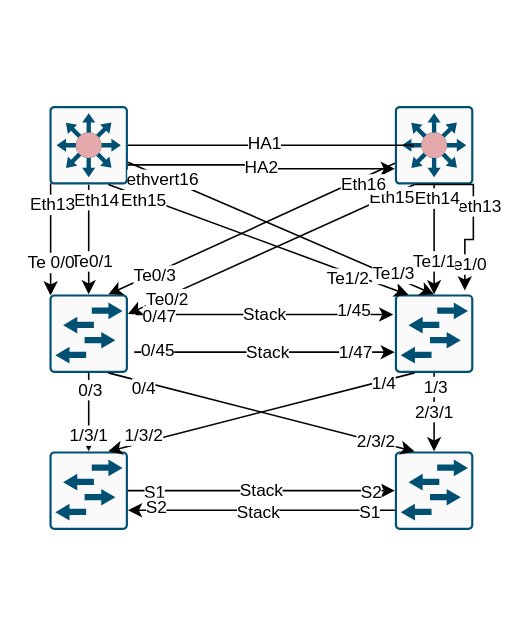
Before: page "Side-2" (2 of 2) of Unavngivet diagram.drawio in DenDanskeMine/draw.io, a draw.io diagram. Source tidied: cells renumbered, new cells numbered last; positions are measured from the earlier drawing's top-left corner, leaving out a move shared by most shapes. Both pictures are drawn from the tidied source at 157%, with x=0, y=0 at pixel (49, 105).
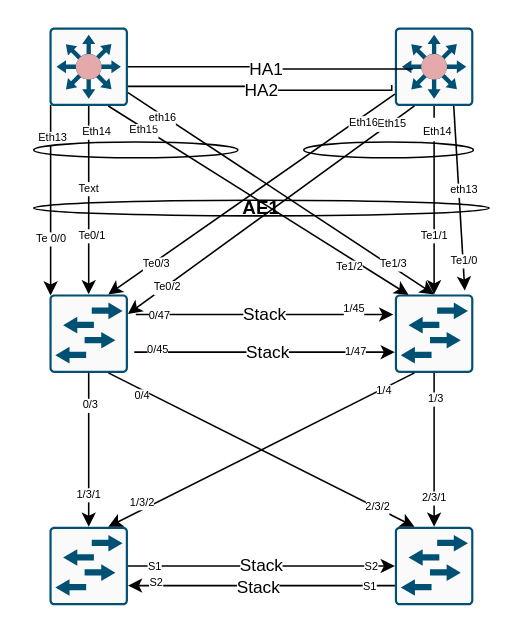
Above is the later version.

Unchanged cells that the change refers to:
```xml
<mxCell id="7" style="sketch=0;points=[[0.015,0.015,0],[0.985,0.015,0],[0.985,0.985,0],[0.015,0.985,0],[0.25,0,0],[0.5,0,0],[0.75,0,0],[1,0.25,0],[1,0.5,0],[1,0.75,0],[0.75,1,0],[0.5,1,0],[0.25,1,0],[0,0.75,0],[0,0.5,0],[0,0.25,0]];verticalLabelPosition=bottom;html=1;verticalAlign=top;align=center;shape=mxgraph.cisco19.rect;prIcon=l2_switch;fillColor=#FAFAFA;strokeColor=#005073;" parent="1" vertex="1">
  <mxGeometry y="120" width="50" height="50" as="geometry" />
</mxCell>
<mxCell id="8" style="sketch=0;points=[[0.015,0.015,0],[0.985,0.015,0],[0.985,0.985,0],[0.015,0.985,0],[0.25,0,0],[0.5,0,0],[0.75,0,0],[1,0.25,0],[1,0.5,0],[1,0.75,0],[0.75,1,0],[0.5,1,0],[0.25,1,0],[0,0.75,0],[0,0.5,0],[0,0.25,0]];verticalLabelPosition=bottom;html=1;verticalAlign=top;align=center;shape=mxgraph.cisco19.rect;prIcon=l2_switch;fillColor=#FAFAFA;strokeColor=#005073;" parent="1" vertex="1">
  <mxGeometry x="220" y="120" width="50" height="50" as="geometry" />
</mxCell>
<mxCell id="15" style="rounded=0;jettySize=auto;html=1;exitX=0.75;exitY=1;exitDx=0;exitDy=0;exitPerimeter=0;entryX=0.174;entryY=0.006;entryDx=0;entryDy=0;entryPerimeter=0;strokeColor=light-dark(#000000,#FF0000);" parent="1" edge="1" source="5" target="8">
  <mxGeometry relative="1" as="geometry" />
</mxCell>
<mxCell id="21" style="rounded=0;jettySize=auto;html=1;entryX=1;entryY=0.25;entryDx=0;entryDy=0;entryPerimeter=0;exitX=0.25;exitY=1;exitDx=0;exitDy=0;exitPerimeter=0;strokeColor=light-dark(#000000,#99FF33);" parent="1" edge="1" source="6" target="7">
  <mxGeometry relative="1" as="geometry" />
</mxCell>
<mxCell id="32" value="Stack" style="edgeStyle=orthogonalEdgeStyle;rounded=0;jettySize=auto;html=1;exitX=1;exitY=0.5;exitDx=0;exitDy=0;exitPerimeter=0;entryX=0;entryY=0.5;entryDx=0;entryDy=0;entryPerimeter=0;" parent="1" edge="1" source="9" target="10">
  <mxGeometry relative="1" as="geometry" />
</mxCell>
<mxCell id="35" style="edgeStyle=orthogonalEdgeStyle;rounded=0;jettySize=auto;html=1;exitX=0;exitY=0.75;exitDx=0;exitDy=0;exitPerimeter=0;entryX=1;entryY=0.75;entryDx=0;entryDy=0;entryPerimeter=0;" parent="1" edge="1" source="10" target="9">
  <mxGeometry relative="1" as="geometry" />
</mxCell>
<mxCell id="44" style="rounded=0;jettySize=auto;html=1;entryX=0.5;entryY=0;entryDx=0;entryDy=0;entryPerimeter=0;strokeColor=light-dark(#000000,#FF3333);" parent="1" edge="1" source="5" target="8">
  <mxGeometry relative="1" as="geometry" />
</mxCell>
<mxCell id="47" value="Stack" style="rounded=0;orthogonalLoop=1;jettySize=auto;html=1;entryX=0;entryY=0.5;entryDx=0;entryDy=0;entryPerimeter=0;strokeColor=light-dark(#000000,#A680B8);" parent="1" edge="1">
  <mxGeometry relative="1" as="geometry">
    <mxPoint x="55" y="132.8" as="sourcePoint" />
    <mxPoint x="219" y="132.8" as="targetPoint" />
  </mxGeometry>
</mxCell>
<mxCell id="50" style="rounded=0;orthogonalLoop=1;jettySize=auto;html=1;exitX=0.985;exitY=0.985;exitDx=0;exitDy=0;exitPerimeter=0;entryX=0.015;entryY=0.985;entryDx=0;entryDy=0;entryPerimeter=0;strokeColor=light-dark(#000000,#A680B8);" parent="1" edge="1">
  <mxGeometry relative="1" as="geometry">
    <mxPoint x="54" y="156.8" as="sourcePoint" />
    <mxPoint x="220" y="156.8" as="targetPoint" />
  </mxGeometry>
</mxCell>
```

The edit, as a diff of the source:
```diff
@@
-    <mxCell id="2" value="HA2" style="edgeStyle=orthogonalEdgeStyle;rounded=0;jettySize=auto;html=1;exitX=1;exitY=0.75;exitDx=0;exitDy=0;exitPerimeter=0;" parent="1" edge="1" source="5" target="6">
+    <mxCell id="2" value="HA2" style="rounded=0;jettySize=auto;html=1;exitX=1;exitY=0.75;exitDx=0;exitDy=0;exitPerimeter=0;edgeStyle=orthogonalEdgeStyle;entryX=-0.04;entryY=0.732;entryDx=0;entryDy=0;entryPerimeter=0;endArrow=none;startFill=0;" parent="1" edge="1" source="5" target="6">
       <mxGeometry relative="1" as="geometry">
         <Array as="points">
-          <mxPoint x="135" y="37" />
-          <mxPoint x="135" y="40" />
+          <mxPoint x="135" y="-12" />
+          <mxPoint x="135" y="-10" />
+          <mxPoint x="218" y="-10" />
         </Array>
       </mxGeometry>
     </mxCell>
-    <mxCell id="3" value="Eth14" style="edgeStyle=orthogonalEdgeStyle;rounded=0;jettySize=auto;html=1;strokeColor=light-dark(#000000,#FF0000);" parent="1" edge="1" source="5" target="7">
+    <mxCell id="3" value="Eth14" style="edgeStyle=orthogonalEdgeStyle;rounded=0;jettySize=auto;html=1;strokeColor=light-dark(#000000,#FF0000);fontSize=7;" parent="1" edge="1" source="5" target="7">
       <mxGeometry x="-0.71" y="5" relative="1" as="geometry" />
     </mxCell>
-    <mxCell id="4" value="Te0/1" style="edgeLabel;html=1;align=center;verticalAlign=middle;" parent="3" vertex="1">
+    <mxCell id="4" value="Te0/1" style="edgeLabel;html=1;align=center;verticalAlign=middle;fontSize=7;" parent="3" vertex="1">
       <mxGeometry x="0.36" y="1" relative="1" as="geometry" />
     </mxCell>
+    <mxCell id="54" value="Text" style="edgeLabel;html=1;align=center;verticalAlign=middle;fontSize=7;" parent="3" vertex="1">
+      <mxGeometry x="-0.13" y="-1" relative="1" as="geometry" />
+    </mxCell>
     <mxCell id="5" style="sketch=0;points=[[0.015,0.015,0],[0.985,0.015,0],[0.985,0.985,0],[0.015,0.985,0],[0.25,0,0],[0.5,0,0],[0.75,0,0],[1,0.25,0],[1,0.5,0],[1,0.75,0],[0.75,1,0],[0.5,1,0],[0.25,1,0],[0,0.75,0],[0,0.5,0],[0,0.25,0]];verticalLabelPosition=bottom;html=1;verticalAlign=top;align=center;shape=mxgraph.cisco19.rect;prIcon=secure_catalyst_switch_color2;fillColor=#FAFAFA;strokeColor=#005073;" parent="1" vertex="1">
-      <mxGeometry width="50" height="50" as="geometry" />
+      <mxGeometry y="-50" width="50" height="50" as="geometry" />
     </mxCell>
     <mxCell id="6" style="sketch=0;points=[[0.015,0.015,0],[0.985,0.015,0],[0.985,0.985,0],[0.015,0.985,0],[0.25,0,0],[0.5,0,0],[0.75,0,0],[1,0.25,0],[1,0.5,0],[1,0.75,0],[0.75,1,0],[0.5,1,0],[0.25,1,0],[0,0.75,0],[0,0.5,0],[0,0.25,0]];verticalLabelPosition=bottom;html=1;verticalAlign=top;align=center;shape=mxgraph.cisco19.rect;prIcon=secure_catalyst_switch_color2;fillColor=#FAFAFA;strokeColor=#005073;" parent="1" vertex="1">
-      <mxGeometry x="220" width="50" height="50" as="geometry" />
+      <mxGeometry x="220" y="-50" width="50" height="50" as="geometry" />
     </mxCell>
@@
     <mxCell id="9" style="sketch=0;points=[[0.015,0.015,0],[0.985,0.015,0],[0.985,0.985,0],[0.015,0.985,0],[0.25,0,0],[0.5,0,0],[0.75,0,0],[1,0.25,0],[1,0.5,0],[1,0.75,0],[0.75,1,0],[0.5,1,0],[0.25,1,0],[0,0.75,0],[0,0.5,0],[0,0.25,0]];verticalLabelPosition=bottom;html=1;verticalAlign=top;align=center;shape=mxgraph.cisco19.rect;prIcon=l2_switch;fillColor=#FAFAFA;strokeColor=#005073;" parent="1" vertex="1">
-      <mxGeometry y="220" width="50" height="50" as="geometry" />
+      <mxGeometry y="268" width="50" height="50" as="geometry" />
     </mxCell>
     <mxCell id="10" style="sketch=0;points=[[0.015,0.015,0],[0.985,0.015,0],[0.985,0.985,0],[0.015,0.985,0],[0.25,0,0],[0.5,0,0],[0.75,0,0],[1,0.25,0],[1,0.5,0],[1,0.75,0],[0.75,1,0],[0.5,1,0],[0.25,1,0],[0,0.75,0],[0,0.5,0],[0,0.25,0]];verticalLabelPosition=bottom;html=1;verticalAlign=top;align=center;shape=mxgraph.cisco19.rect;prIcon=l2_switch;fillColor=#FAFAFA;strokeColor=#005073;" parent="1" vertex="1">
-      <mxGeometry x="220" y="220" width="50" height="50" as="geometry" />
+      <mxGeometry x="220" y="268" width="50" height="50" as="geometry" />
     </mxCell>
-    <mxCell id="11" style="edgeStyle=orthogonalEdgeStyle;rounded=0;jettySize=auto;html=1;exitX=1;exitY=0.5;exitDx=0;exitDy=0;exitPerimeter=0;entryX=0.229;entryY=0.53;entryDx=0;entryDy=0;entryPerimeter=0;strokeColor=default;endArrow=none;startFill=0;" parent="1" edge="1" source="5" target="6">
-      <mxGeometry relative="1" as="geometry">
-        <Array as="points">
-          <mxPoint x="232" y="25" />
-        </Array>
-      </mxGeometry>
+    <mxCell id="11" style="rounded=0;jettySize=auto;html=1;exitX=1;exitY=0.5;exitDx=0;exitDy=0;exitPerimeter=0;entryX=0.229;entryY=0.53;entryDx=0;entryDy=0;entryPerimeter=0;strokeColor=default;endArrow=none;startFill=0;edgeStyle=orthogonalEdgeStyle;" parent="1" edge="1" source="5" target="6">
+      <mxGeometry relative="1" as="geometry" />
     </mxCell>
@@
-    <mxCell id="13" value="Te 0/0" style="edgeStyle=orthogonalEdgeStyle;rounded=0;jettySize=auto;html=1;exitX=0.015;exitY=0.985;exitDx=0;exitDy=0;exitPerimeter=0;entryX=0.015;entryY=0.015;entryDx=0;entryDy=0;entryPerimeter=0;strokeColor=light-dark(#000000,#FF0000);" parent="1" edge="1" source="5" target="7">
+    <mxCell id="13" value="Te 0/0" style="rounded=0;jettySize=auto;html=1;exitX=0.015;exitY=0.985;exitDx=0;exitDy=0;exitPerimeter=0;entryX=0.015;entryY=0.015;entryDx=0;entryDy=0;entryPerimeter=0;strokeColor=light-dark(#000000,#FF0000);fontSize=7;" parent="1" edge="1" source="5" target="7">
       <mxGeometry x="0.42" relative="1" as="geometry" />
     </mxCell>
-    <mxCell id="14" value="Eth13" style="edgeLabel;html=1;align=center;verticalAlign=middle;" parent="13" vertex="1">
+    <mxCell id="14" value="Eth13" style="edgeLabel;html=1;align=center;verticalAlign=middle;fontSize=7;" parent="13" vertex="1">
       <mxGeometry x="-0.65" y="1" relative="1" as="geometry" />
     </mxCell>
@@
-    <mxCell id="16" value="Te1/2" style="edgeLabel;html=1;align=center;verticalAlign=middle;" parent="15" vertex="1">
+    <mxCell id="16" value="Te1/2" style="edgeLabel;html=1;align=center;verticalAlign=middle;fontSize=7;" parent="15" vertex="1">
       <mxGeometry x="0.7" relative="1" as="geometry">
         <mxPoint x="-10" as="offset" />
       </mxGeometry>
     </mxCell>
-    <mxCell id="17" value="Eth15" style="edgeLabel;html=1;align=center;verticalAlign=middle;" parent="15" vertex="1">
+    <mxCell id="17" value="Eth15" style="edgeLabel;html=1;align=center;verticalAlign=middle;fontSize=7;" parent="15" vertex="1">
       <mxGeometry x="-0.76" y="-1" relative="1" as="geometry" />
     </mxCell>
-    <mxCell id="18" style="edgeStyle=orthogonalEdgeStyle;rounded=0;jettySize=auto;html=1;exitX=0.25;exitY=1;exitDx=0;exitDy=0;exitPerimeter=0;entryX=0.891;entryY=-0.049;entryDx=0;entryDy=0;entryPerimeter=0;strokeColor=light-dark(#000000,#99FF33);" parent="1" edge="1" source="6" target="8">
-      <mxGeometry relative="1" as="geometry">
-        <Array as="points">
-          <mxPoint x="270" y="50" />
-          <mxPoint x="270" y="85" />
-          <mxPoint x="265" y="85" />
-        </Array>
-      </mxGeometry>
+    <mxCell id="18" style="rounded=0;jettySize=auto;html=1;exitX=0.75;exitY=1;exitDx=0;exitDy=0;exitPerimeter=0;entryX=0.891;entryY=-0.049;entryDx=0;entryDy=0;entryPerimeter=0;strokeColor=light-dark(#000000,#99FF33);" parent="1" edge="1" source="6" target="8">
+      <mxGeometry relative="1" as="geometry" />
     </mxCell>
-    <mxCell id="19" value="eth13" style="edgeLabel;html=1;align=center;verticalAlign=middle;" parent="18" vertex="1">
+    <mxCell id="19" value="eth13" style="edgeLabel;html=1;align=center;verticalAlign=middle;fontSize=7;" parent="18" vertex="1">
       <mxGeometry x="-0.08" y="3" relative="1" as="geometry" />
     </mxCell>
-    <mxCell id="20" value="Te1/0" style="edgeLabel;html=1;align=center;verticalAlign=middle;" parent="18" vertex="1">
+    <mxCell id="20" value="Te1/0" style="edgeLabel;html=1;align=center;verticalAlign=middle;fontSize=7;" parent="18" vertex="1">
       <mxGeometry x="0.68" relative="1" as="geometry" />
     </mxCell>
@@
-    <mxCell id="22" value="Eth15" style="edgeLabel;html=1;align=center;verticalAlign=middle;" parent="21" vertex="1">
+    <mxCell id="22" value="Eth15" style="edgeLabel;html=1;align=center;verticalAlign=middle;fontSize=7;" parent="21" vertex="1">
       <mxGeometry x="-0.83" relative="1" as="geometry" />
     </mxCell>
-    <mxCell id="23" value="Te0/2" style="edgeLabel;html=1;align=center;verticalAlign=middle;" parent="21" vertex="1">
+    <mxCell id="23" value="Te0/2" style="edgeLabel;html=1;align=center;verticalAlign=middle;fontSize=7;" parent="21" vertex="1">
       <mxGeometry x="0.74" y="1" relative="1" as="geometry" />
     </mxCell>
-    <mxCell id="24" value="2/3/1" style="edgeStyle=orthogonalEdgeStyle;rounded=0;jettySize=auto;html=1;entryX=0.5;entryY=0;entryDx=0;entryDy=0;entryPerimeter=0;strokeColor=light-dark(#000000,#99FF33);" parent="1" edge="1" source="8" target="10">
-      <mxGeometry relative="1" as="geometry" />
+    <mxCell id="24" value="2/3/1" style="edgeStyle=orthogonalEdgeStyle;rounded=0;jettySize=auto;html=1;entryX=0.5;entryY=0;entryDx=0;entryDy=0;entryPerimeter=0;strokeColor=light-dark(#000000,#99FF33);fontSize=7;" parent="1" edge="1" source="8" target="10">
+      <mxGeometry x="0.63" relative="1" as="geometry" />
     </mxCell>
-    <mxCell id="25" value="1/3" style="edgeLabel;html=1;align=center;verticalAlign=middle;" parent="24" vertex="1">
+    <mxCell id="25" value="1/3" style="edgeLabel;html=1;align=center;verticalAlign=middle;fontSize=7;" parent="24" vertex="1">
       <mxGeometry x="-0.67" relative="1" as="geometry" />
     </mxCell>
-    <mxCell id="26" value="1/3/1" style="edgeStyle=orthogonalEdgeStyle;rounded=0;jettySize=auto;html=1;entryX=0.5;entryY=0;entryDx=0;entryDy=0;entryPerimeter=0;strokeColor=light-dark(#000000,#FF0000);" parent="1" edge="1" source="7" target="9">
+    <mxCell id="26" value="1/3/1" style="edgeStyle=orthogonalEdgeStyle;rounded=0;jettySize=auto;html=1;entryX=0.5;entryY=0;entryDx=0;entryDy=0;entryPerimeter=0;strokeColor=light-dark(#000000,#FF0000);fontSize=7;" parent="1" edge="1" source="7" target="9">
       <mxGeometry x="0.6" relative="1" as="geometry" />
     </mxCell>
-    <mxCell id="27" value="0/3" style="edgeLabel;html=1;align=center;verticalAlign=middle;" parent="26" vertex="1">
+    <mxCell id="27" value="0/3" style="edgeLabel;html=1;align=center;verticalAlign=middle;fontSize=7;" parent="26" vertex="1">
       <mxGeometry x="-0.59" relative="1" as="geometry" />
     </mxCell>
-    <mxCell id="28" value="0/4" style="rounded=0;jettySize=auto;html=1;exitX=0.75;exitY=1;exitDx=0;exitDy=0;exitPerimeter=0;entryX=0.25;entryY=0;entryDx=0;entryDy=0;entryPerimeter=0;strokeColor=light-dark(#000000,#FF0000);" parent="1" edge="1" source="7" target="10">
+    <mxCell id="28" value="0/4" style="rounded=0;jettySize=auto;html=1;exitX=0.75;exitY=1;exitDx=0;exitDy=0;exitPerimeter=0;entryX=0.25;entryY=0;entryDx=0;entryDy=0;entryPerimeter=0;strokeColor=light-dark(#000000,#FF0000);fontSize=7;" parent="1" edge="1" source="7" target="10">
       <mxGeometry x="-0.76" y="-4" relative="1" as="geometry" />
     </mxCell>
-    <mxCell id="29" value="2/3/2" style="edgeLabel;html=1;align=center;verticalAlign=middle;" parent="28" vertex="1">
+    <mxCell id="29" value="2/3/2" style="edgeLabel;html=1;align=center;verticalAlign=middle;fontSize=7;" parent="28" vertex="1">
       <mxGeometry x="0.75" relative="1" as="geometry" />
     </mxCell>
-    <mxCell id="30" value="1/3/2" style="rounded=0;jettySize=auto;html=1;exitX=0.25;exitY=1;exitDx=0;exitDy=0;exitPerimeter=0;entryX=0.75;entryY=0;entryDx=0;entryDy=0;entryPerimeter=0;strokeColor=light-dark(#000000,#99FF33);" parent="1" edge="1" source="8" target="9">
+    <mxCell id="30" value="1/3/2" style="rounded=0;jettySize=auto;html=1;exitX=0.25;exitY=1;exitDx=0;exitDy=0;exitPerimeter=0;entryX=0.75;entryY=0;entryDx=0;entryDy=0;entryPerimeter=0;strokeColor=light-dark(#000000,#99FF33);fontSize=7;" parent="1" edge="1" source="8" target="9">
       <mxGeometry x="0.76" y="-4" relative="1" as="geometry" />
     </mxCell>
-    <mxCell id="31" value="1/4" style="edgeLabel;html=1;align=center;verticalAlign=middle;" parent="30" vertex="1">
+    <mxCell id="31" value="1/4" style="edgeLabel;html=1;align=center;verticalAlign=middle;fontSize=7;" parent="30" vertex="1">
       <mxGeometry x="-0.79" y="1" relative="1" as="geometry" />
     </mxCell>
@@
-    <mxCell id="33" value="S1" style="edgeLabel;html=1;align=center;verticalAlign=middle;" parent="32" vertex="1">
+    <mxCell id="33" value="S1" style="edgeLabel;html=1;align=center;verticalAlign=middle;fontSize=7;" parent="32" vertex="1">
       <mxGeometry x="-0.81" relative="1" as="geometry" />
     </mxCell>
-    <mxCell id="34" value="S2" style="edgeLabel;html=1;align=center;verticalAlign=middle;" parent="32" vertex="1">
+    <mxCell id="34" value="S2" style="edgeLabel;html=1;align=center;verticalAlign=middle;fontSize=7;" parent="32" vertex="1">
       <mxGeometry x="0.81" relative="1" as="geometry" />
     </mxCell>
@@
-    <mxCell id="37" value="S1" style="edgeLabel;html=1;align=center;verticalAlign=middle;" parent="35" vertex="1">
+    <mxCell id="37" value="S1" style="edgeLabel;html=1;align=center;verticalAlign=middle;fontSize=7;" parent="35" vertex="1">
       <mxGeometry x="-0.8" y="1" relative="1" as="geometry" />
     </mxCell>
-    <mxCell id="38" value="S2" style="edgeLabel;html=1;align=center;verticalAlign=middle;" parent="35" vertex="1">
+    <mxCell id="38" value="S2" style="edgeLabel;html=1;align=center;verticalAlign=middle;fontSize=7;" parent="35" vertex="1">
       <mxGeometry x="0.8" y="-2" relative="1" as="geometry" />
     </mxCell>
-    <mxCell id="39" style="edgeStyle=orthogonalEdgeStyle;rounded=0;jettySize=auto;html=1;entryX=0.5;entryY=0;entryDx=0;entryDy=0;entryPerimeter=0;" parent="1" edge="1" source="6" target="8">
+    <mxCell id="39" style="rounded=0;jettySize=auto;html=1;entryX=0.5;entryY=0;entryDx=0;entryDy=0;entryPerimeter=0;strokeColor=light-dark(#000000,#99FF33);" parent="1" edge="1" source="6" target="8">
       <mxGeometry relative="1" as="geometry" />
     </mxCell>
-    <mxCell id="40" value="Te1/1" style="edgeLabel;html=1;align=center;verticalAlign=middle;" parent="39" vertex="1">
+    <mxCell id="40" value="Te1/1" style="edgeLabel;html=1;align=center;verticalAlign=middle;fontSize=7;" parent="39" vertex="1">
       <mxGeometry x="0.36" y="-1" relative="1" as="geometry" />
     </mxCell>
-    <mxCell id="41" value="Eth14" style="edgeLabel;html=1;align=center;verticalAlign=middle;" parent="39" vertex="1">
+    <mxCell id="41" value="&lt;font style=&quot;font-size: 7px;&quot;&gt;Eth14&lt;/font&gt;" style="edgeLabel;html=1;align=center;verticalAlign=middle;fontSize=12;" parent="39" vertex="1">
       <mxGeometry x="-0.76" y="1" relative="1" as="geometry" />
     </mxCell>
-    <mxCell id="42" value="Eth16" style="rounded=0;jettySize=auto;html=1;strokeColor=light-dark(#000000,#68FF51);entryX=0.75;entryY=0;entryDx=0;entryDy=0;entryPerimeter=0;" parent="1" edge="1" source="6" target="7">
+    <mxCell id="42" value="Eth16" style="rounded=0;jettySize=auto;html=1;strokeColor=light-dark(#000000,#68FF51);entryX=0.75;entryY=0;entryDx=0;entryDy=0;entryPerimeter=0;fontSize=7;" parent="1" edge="1" source="6" target="7">
       <mxGeometry x="-0.76" y="4" relative="1" as="geometry" />
     </mxCell>
-    <mxCell id="43" value="Te0/3" style="edgeLabel;html=1;align=center;verticalAlign=middle;" parent="42" vertex="1">
+    <mxCell id="43" value="Te0/3" style="edgeLabel;html=1;align=center;verticalAlign=middle;fontSize=7;" parent="42" vertex="1">
       <mxGeometry x="0.68" y="1" relative="1" as="geometry" />
     </mxCell>
@@
-    <mxCell id="45" value="Te1/3" style="edgeLabel;html=1;align=center;verticalAlign=middle;" parent="44" vertex="1">
+    <mxCell id="45" value="Te1/3" style="edgeLabel;html=1;align=center;verticalAlign=middle;fontSize=7;" parent="44" vertex="1">
       <mxGeometry x="0.72" y="2" relative="1" as="geometry" />
     </mxCell>
-    <mxCell id="46" value="ethvert16" style="edgeLabel;html=1;align=center;verticalAlign=middle;" parent="44" vertex="1">
+    <mxCell id="46" value="eth16" style="edgeLabel;html=1;align=center;verticalAlign=middle;fontSize=7;" parent="44" vertex="1">
       <mxGeometry x="-0.77" y="-1" relative="1" as="geometry" />
     </mxCell>
@@
-    <mxCell id="48" value="1/45" style="edgeLabel;html=1;align=center;verticalAlign=middle;" parent="47" vertex="1">
+    <mxCell id="48" value="1/45" style="edgeLabel;html=1;align=center;verticalAlign=middle;fontSize=7;" parent="47" vertex="1">
       <mxGeometry x="0.68" y="3" relative="1" as="geometry" />
     </mxCell>
-    <mxCell id="49" value="0/47" style="edgeLabel;html=1;align=center;verticalAlign=middle;" parent="47" vertex="1">
+    <mxCell id="49" value="0/47" style="edgeLabel;html=1;align=center;verticalAlign=middle;fontSize=7;" parent="47" vertex="1">
       <mxGeometry x="-0.83" y="-1" relative="1" as="geometry" />
     </mxCell>
@@
-    <mxCell id="52" value="0/45" style="edgeLabel;html=1;align=center;verticalAlign=middle;" parent="50" vertex="1">
+    <mxCell id="52" value="0/45" style="edgeLabel;html=1;align=center;verticalAlign=middle;fontSize=7;" parent="50" vertex="1">
       <mxGeometry x="-0.83" y="1" relative="1" as="geometry" />
     </mxCell>
-    <mxCell id="53" value="1/47" style="edgeLabel;html=1;align=center;verticalAlign=middle;" parent="50" vertex="1">
+    <mxCell id="53" value="1/47" style="edgeLabel;html=1;align=center;verticalAlign=middle;fontSize=7;" parent="50" vertex="1">
       <mxGeometry x="0.69" relative="1" as="geometry" />
     </mxCell>
+    <mxCell id="55" style="ellipse;whiteSpace=wrap;html=1;fillColor=none;rotation=0;" parent="1" vertex="1">
+      <mxGeometry x="162" y="23" width="108" height="10" as="geometry" />
+    </mxCell>
+    <mxCell id="56" style="ellipse;whiteSpace=wrap;html=1;fillColor=none;rotation=-180;" parent="1" vertex="1">
+      <mxGeometry x="-10" y="23" width="130" height="10" as="geometry" />
+    </mxCell>
+    <mxCell id="57" value="&lt;font style=&quot;color: light-dark(rgb(0, 0, 0), rgb(255, 255, 255));&quot;&gt;&lt;b&gt;AE1&lt;/b&gt;&lt;/font&gt;" style="ellipse;whiteSpace=wrap;html=1;fillColor=none;rotation=0;" parent="1" vertex="1">
+      <mxGeometry x="-10" y="60" width="290" height="10" as="geometry" />
+    </mxCell>
```
